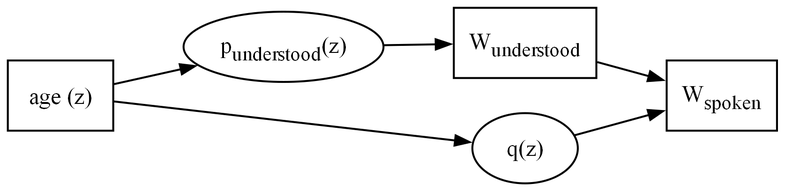
The Graphviz diagram docs/report/diagrams/fig-joint-generative.png in dseinternational/vocabulary-growth, before a commit. Its source is kept beside it as docs/report/diagrams/fig-joint-generative.dot. Its diagram source:
```dot
digraph JointGenerative {
    graph [rankdir=LR]
    edge [arrowsize=0.75]
    node [fontsize=12]
    z  [label="age (z)", shape=box]
    pU [label=<p<SUB>understood</SUB>(z)>, shape=ellipse]
    q  [label=<q(z)>, shape=ellipse]
    WU [label=<W<SUB>understood</SUB>>, shape=box]
    WS [label=<W<SUB>spoken</SUB>>, shape=box]
    z -> pU
    z -> q
    pU -> WU
    WU -> WS
    q -> WS
}
```
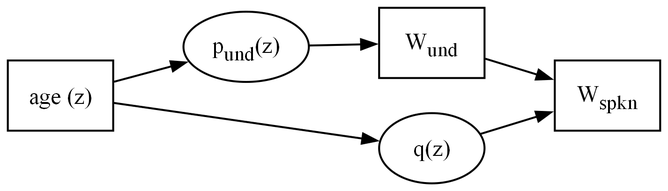
After the commit.

The edit, as a diff of the source:
```diff
@@ -3,10 +3,10 @@
     edge [arrowsize=0.75]
     node [fontsize=12]
     z  [label="age (z)", shape=box]
-    pU [label=<p<SUB>understood</SUB>(z)>, shape=ellipse]
+    pU [label=<p<SUB>und</SUB>(z)>, shape=ellipse]
     q  [label=<q(z)>, shape=ellipse]
-    WU [label=<W<SUB>understood</SUB>>, shape=box]
-    WS [label=<W<SUB>spoken</SUB>>, shape=box]
+    WU [label=<W<SUB>und</SUB>>, shape=box]
+    WS [label=<W<SUB>spkn</SUB>>, shape=box]
     z -> pU
     z -> q
     pU -> WU
```
